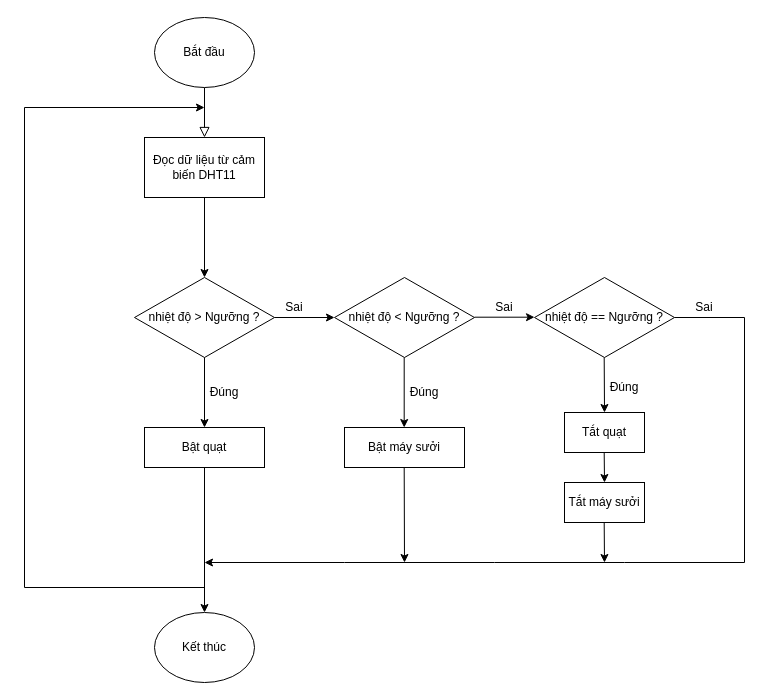
This is block_diagram/flowchart_dknhietdochuong.drawio from imvietp/Final_Thesis, a draw.io file, before an edit. Source tidied: cells renumbered, new cells numbered last; positions are measured from the earlier drawing's top-left corner, leaving out a move shared by most shapes. Both pictures are drawn from the tidied source at 100%, with x=0, y=0 at pixel (24, 17).
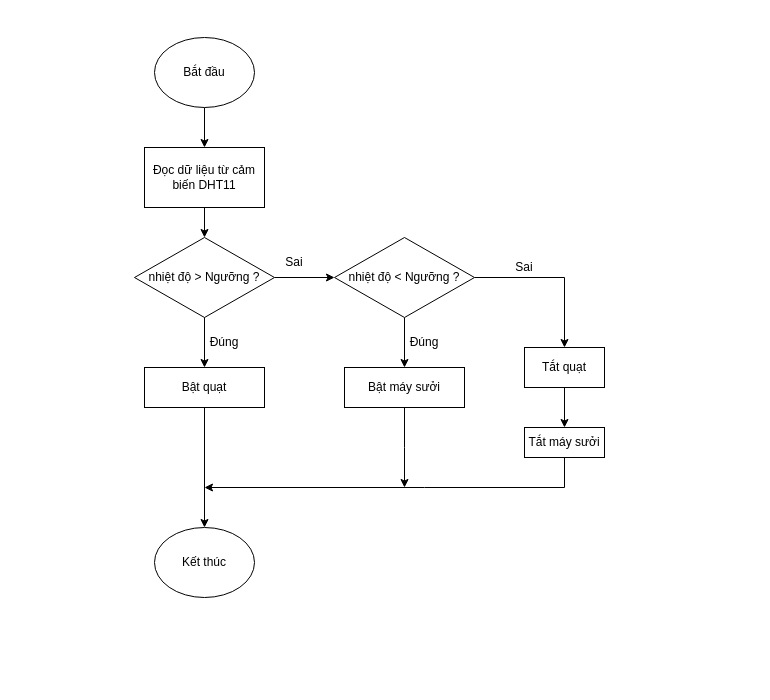
The same page after the edit.

Diff of the diagram source:
```diff
@@
-    <mxCell id="2" style="rounded=0;html=1;jettySize=auto;orthogonalLoop=1;fontSize=11;endArrow=block;endFill=0;endSize=8;strokeWidth=1;shadow=0;labelBackgroundColor=none;edgeStyle=orthogonalEdgeStyle;" parent="1" edge="1">
-      <mxGeometry relative="1" as="geometry">
-        <mxPoint x="180" y="70" as="sourcePoint" />
-        <mxPoint x="180" y="120" as="targetPoint" />
-      </mxGeometry>
-    </mxCell>
+    <mxCell id="31" style="edgeStyle=orthogonalEdgeStyle;rounded=0;jettySize=auto;html=1;" parent="1" edge="1" source="3" target="12">
+      <mxGeometry relative="1" as="geometry" />
+    </mxCell>
     <mxCell id="3" value="Bắt đầu" style="ellipse;whiteSpace=wrap;html=1;" parent="1" vertex="1">
-      <mxGeometry x="130" width="100" height="70" as="geometry" />
+      <mxGeometry x="130" y="20" width="100" height="70" as="geometry" />
     </mxCell>
+    <mxCell id="32" style="edgeStyle=orthogonalEdgeStyle;rounded=0;jettySize=auto;html=1;" parent="1" edge="1" source="4" target="14">
+      <mxGeometry relative="1" as="geometry" />
+    </mxCell>
     <mxCell id="4" value="nhiệt độ &amp;gt; Ngưỡng ?" style="rhombus;whiteSpace=wrap;html=1;" parent="1" vertex="1">
-      <mxGeometry x="110" y="260" width="140" height="80" as="geometry" />
+      <mxGeometry x="110" y="220" width="140" height="80" as="geometry" />
     </mxCell>
     <mxCell id="5" style="endArrow=classic;html=1;rounded=0;exitX=0.5;exitY=1;exitDx=0;exitDy=0;" parent="1" edge="1" source="4">
       <mxGeometry relative="1" as="geometry">
-        <mxPoint x="180" y="410" as="targetPoint" />
+        <mxPoint x="180" y="350" as="targetPoint" />
       </mxGeometry>
     </mxCell>
     <mxCell id="6" value="Đúng" style="text;html=1;align=center;verticalAlign=middle;whiteSpace=wrap;rounded=0;" parent="1" vertex="1">
-      <mxGeometry x="170" y="360" width="60" height="30" as="geometry" />
+      <mxGeometry x="170" y="310" width="60" height="30" as="geometry" />
     </mxCell>
     <mxCell id="7" value="Sai" style="text;html=1;align=center;verticalAlign=middle;whiteSpace=wrap;rounded=0;" parent="1" vertex="1">
-      <mxGeometry x="240" y="275" width="60" height="30" as="geometry" />
+      <mxGeometry x="240" y="230" width="60" height="30" as="geometry" />
     </mxCell>
     <mxCell id="8" value="Bật quạt" style="rounded=0;whiteSpace=wrap;html=1;" parent="1" vertex="1">
-      <mxGeometry x="120" y="410" width="120" height="40" as="geometry" />
+      <mxGeometry x="120" y="350" width="120" height="40" as="geometry" />
     </mxCell>
+    <mxCell id="33" style="edgeStyle=orthogonalEdgeStyle;rounded=0;jettySize=auto;html=1;" parent="1" edge="1" source="9">
+      <mxGeometry relative="1" as="geometry">
+        <mxPoint x="380" y="470" as="targetPoint" />
+      </mxGeometry>
+    </mxCell>
     <mxCell id="9" value="Bật máy sưởi" style="rounded=0;whiteSpace=wrap;html=1;" parent="1" vertex="1">
-      <mxGeometry x="320" y="410" width="120" height="40" as="geometry" />
+      <mxGeometry x="320" y="350" width="120" height="40" as="geometry" />
     </mxCell>
@@
     <mxCell id="11" value="Kết thúc" style="ellipse;whiteSpace=wrap;html=1;" parent="1" vertex="1">
-      <mxGeometry x="130" y="595" width="100" height="70" as="geometry" />
+      <mxGeometry x="130" y="510" width="100" height="70" as="geometry" />
     </mxCell>
     <mxCell id="12" value="Đọc dữ liệu từ cảm biến DHT11" style="rounded=0;whiteSpace=wrap;html=1;" parent="1" vertex="1">
-      <mxGeometry x="120" y="120" width="120" height="60" as="geometry" />
+      <mxGeometry x="120" y="130" width="120" height="60" as="geometry" />
     </mxCell>
-    <mxCell id="13" style="endArrow=classic;html=1;rounded=0;" parent="1" edge="1">
-      <mxGeometry relative="1" as="geometry">
-        <mxPoint x="250" y="300" as="sourcePoint" />
-        <mxPoint x="310" y="300" as="targetPoint" />
-      </mxGeometry>
-    </mxCell>
+    <mxCell id="34" style="edgeStyle=orthogonalEdgeStyle;rounded=0;jettySize=auto;html=1;entryX=0.5;entryY=0;entryDx=0;entryDy=0;" parent="1" edge="1" source="14" target="18">
+      <mxGeometry relative="1" as="geometry" />
+    </mxCell>
+    <mxCell id="35" style="edgeStyle=orthogonalEdgeStyle;rounded=0;jettySize=auto;html=1;" parent="1" edge="1" source="14" target="9">
+      <mxGeometry relative="1" as="geometry" />
+    </mxCell>
     <mxCell id="14" value="nhiệt độ &amp;lt; Ngưỡng ?" style="rhombus;whiteSpace=wrap;html=1;" parent="1" vertex="1">
-      <mxGeometry x="310" y="260" width="140" height="80" as="geometry" />
+      <mxGeometry x="310" y="220" width="140" height="80" as="geometry" />
     </mxCell>
-    <mxCell id="15" value="nhiệt độ == Ngưỡng ?" style="rhombus;whiteSpace=wrap;html=1;" parent="1" vertex="1">
-      <mxGeometry x="510" y="260" width="140" height="80" as="geometry" />
-    </mxCell>
-    <mxCell id="16" style="endArrow=classic;html=1;rounded=0;" parent="1" edge="1">
-      <mxGeometry relative="1" as="geometry">
-        <mxPoint x="450" y="299.7" as="sourcePoint" />
-        <mxPoint x="510" y="299.7" as="targetPoint" />
-      </mxGeometry>
-    </mxCell>
     <mxCell id="17" value="Sai" style="text;html=1;align=center;verticalAlign=middle;whiteSpace=wrap;rounded=0;" parent="1" vertex="1">
-      <mxGeometry x="450" y="270" width="60" height="40" as="geometry" />
+      <mxGeometry x="470" y="230" width="60" height="40" as="geometry" />
     </mxCell>
+    <mxCell id="36" style="edgeStyle=orthogonalEdgeStyle;rounded=0;jettySize=auto;html=1;" parent="1" edge="1" source="18" target="27">
+      <mxGeometry relative="1" as="geometry" />
+    </mxCell>
     <mxCell id="18" value="Tắt quạt" style="rounded=0;whiteSpace=wrap;html=1;" parent="1" vertex="1">
-      <mxGeometry x="540" y="395" width="80" height="40" as="geometry" />
+      <mxGeometry x="500" y="330" width="80" height="40" as="geometry" />
     </mxCell>
-    <mxCell id="19" style="endArrow=classic;html=1;rounded=0;exitX=0.5;exitY=1;exitDx=0;exitDy=0;" parent="1" edge="1">
-      <mxGeometry relative="1" as="geometry">
-        <mxPoint x="379.7" y="340" as="sourcePoint" />
-        <mxPoint x="379.7" y="410" as="targetPoint" />
-      </mxGeometry>
-    </mxCell>
-    <mxCell id="20" style="endArrow=classic;html=1;rounded=0;exitX=0.5;exitY=1;exitDx=0;exitDy=0;" parent="1" edge="1">
-      <mxGeometry relative="1" as="geometry">
-        <mxPoint x="579.7" y="340" as="sourcePoint" />
-        <mxPoint x="580" y="395" as="targetPoint" />
-      </mxGeometry>
-    </mxCell>
-    <mxCell id="21" style="endArrow=classic;html=1;rounded=0;exitX=0.5;exitY=1;exitDx=0;exitDy=0;" parent="1" edge="1">
-      <mxGeometry relative="1" as="geometry">
-        <mxPoint x="379.7" y="450" as="sourcePoint" />
-        <mxPoint x="380" y="545" as="targetPoint" />
-      </mxGeometry>
-    </mxCell>
-    <mxCell id="22" style="endArrow=classic;html=1;rounded=0;exitX=0.5;exitY=1;exitDx=0;exitDy=0;" parent="1" edge="1">
-      <mxGeometry relative="1" as="geometry">
-        <mxPoint x="579.7" y="435" as="sourcePoint" />
-        <mxPoint x="580" y="465" as="targetPoint" />
-      </mxGeometry>
-    </mxCell>
     <mxCell id="23" value="Đúng" style="text;html=1;align=center;verticalAlign=middle;whiteSpace=wrap;rounded=0;" parent="1" vertex="1">
-      <mxGeometry x="370" y="360" width="60" height="30" as="geometry" />
+      <mxGeometry x="370" y="310" width="60" height="30" as="geometry" />
     </mxCell>
-    <mxCell id="24" value="Đúng" style="text;html=1;align=center;verticalAlign=middle;whiteSpace=wrap;rounded=0;" parent="1" vertex="1">
-      <mxGeometry x="570" y="355" width="60" height="30" as="geometry" />
-    </mxCell>
-    <mxCell id="25" style="endArrow=classic;html=1;rounded=0;exitX=1;exitY=0.5;exitDx=0;exitDy=0;" parent="1" edge="1" source="15">
-      <mxGeometry relative="1" as="geometry">
-        <mxPoint x="180" y="545" as="targetPoint" />
-        <Array as="points">
-          <mxPoint x="720" y="300" />
-          <mxPoint x="720" y="545" />
-          <mxPoint x="600" y="545" />
-          <mxPoint x="470" y="545" />
-          <mxPoint x="320" y="545" />
-        </Array>
-      </mxGeometry>
-    </mxCell>
-    <mxCell id="26" value="Sai" style="text;html=1;align=center;verticalAlign=middle;whiteSpace=wrap;rounded=0;" parent="1" vertex="1">
-      <mxGeometry x="650" y="270" width="60" height="40" as="geometry" />
-    </mxCell>
     <mxCell id="27" value="Tắt máy sưởi" style="rounded=0;whiteSpace=wrap;html=1;" parent="1" vertex="1">
-      <mxGeometry x="540" y="465" width="80" height="40" as="geometry" />
+      <mxGeometry x="500" y="410" width="80" height="30" as="geometry" />
     </mxCell>
-    <mxCell id="28" style="endArrow=classic;html=1;rounded=0;exitX=0.5;exitY=1;exitDx=0;exitDy=0;" parent="1" edge="1">
-      <mxGeometry relative="1" as="geometry">
-        <mxPoint x="579.7" y="505" as="sourcePoint" />
-        <mxPoint x="580" y="545" as="targetPoint" />
-      </mxGeometry>
-    </mxCell>
@@
-    <mxCell id="30" style="endArrow=classic;html=1;rounded=0;" parent="1" edge="1">
-      <mxGeometry relative="1" as="geometry">
-        <mxPoint x="180" y="570" as="sourcePoint" />
-        <mxPoint x="180" y="90" as="targetPoint" />
-        <Array as="points">
-          <mxPoint y="570" />
-          <mxPoint y="90" />
-        </Array>
-      </mxGeometry>
-    </mxCell>
+    <mxCell id="37" style="endArrow=classic;html=1;rounded=0;exitX=0.5;exitY=1;exitDx=0;exitDy=0;" parent="1" edge="1" source="27">
+      <mxGeometry relative="1" as="geometry">
+        <mxPoint x="180" y="470" as="targetPoint" />
+        <Array as="points">
+          <mxPoint x="540" y="470" />
+          <mxPoint x="400" y="470" />
+        </Array>
+      </mxGeometry>
+    </mxCell>
```
